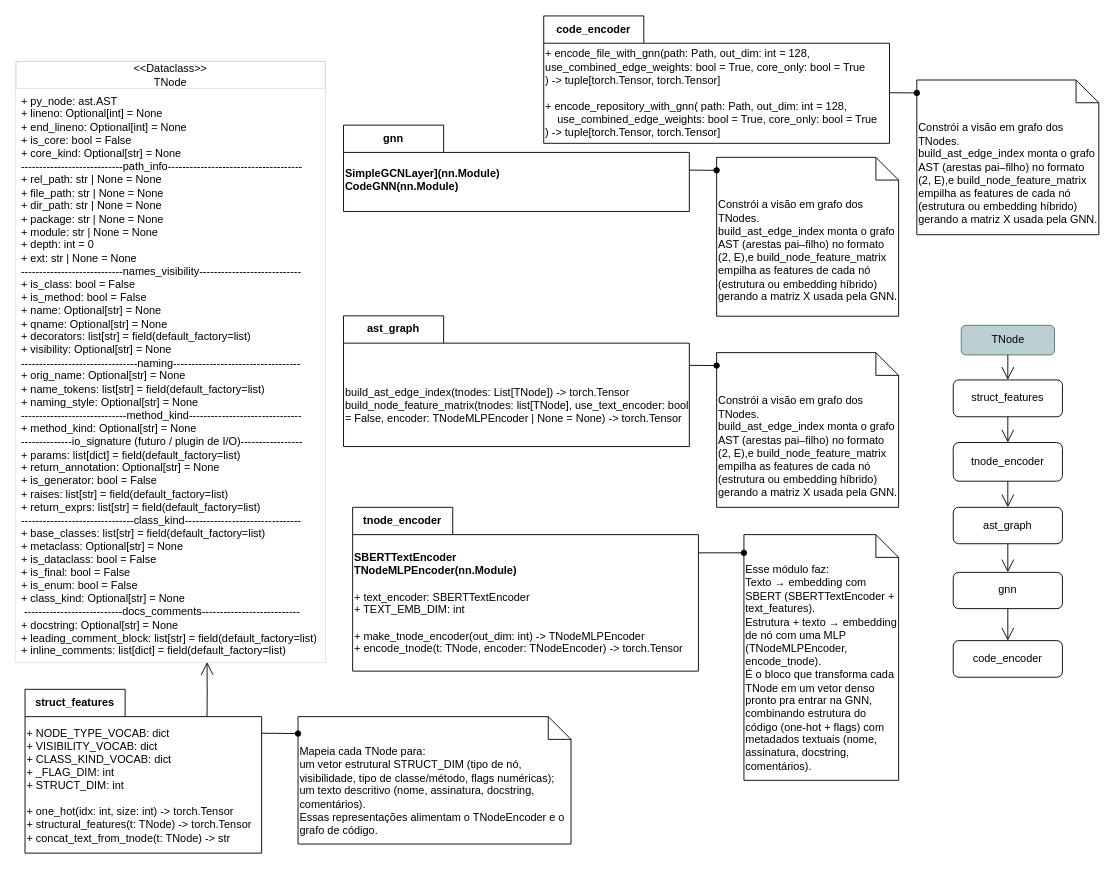
The draw.io diagram page "struct_features" (13 of 14) of drawio/AST_Model_Plugins.drawio in IsabelaYabe/TccLatex, before the edit. Source tidied: cells renumbered, new cells numbered last; positions are measured from the earlier drawing's top-left corner, leaving out a move shared by most shapes. Both pictures are drawn from the tidied source at 91%, with x=0, y=0 at pixel (15, 15).
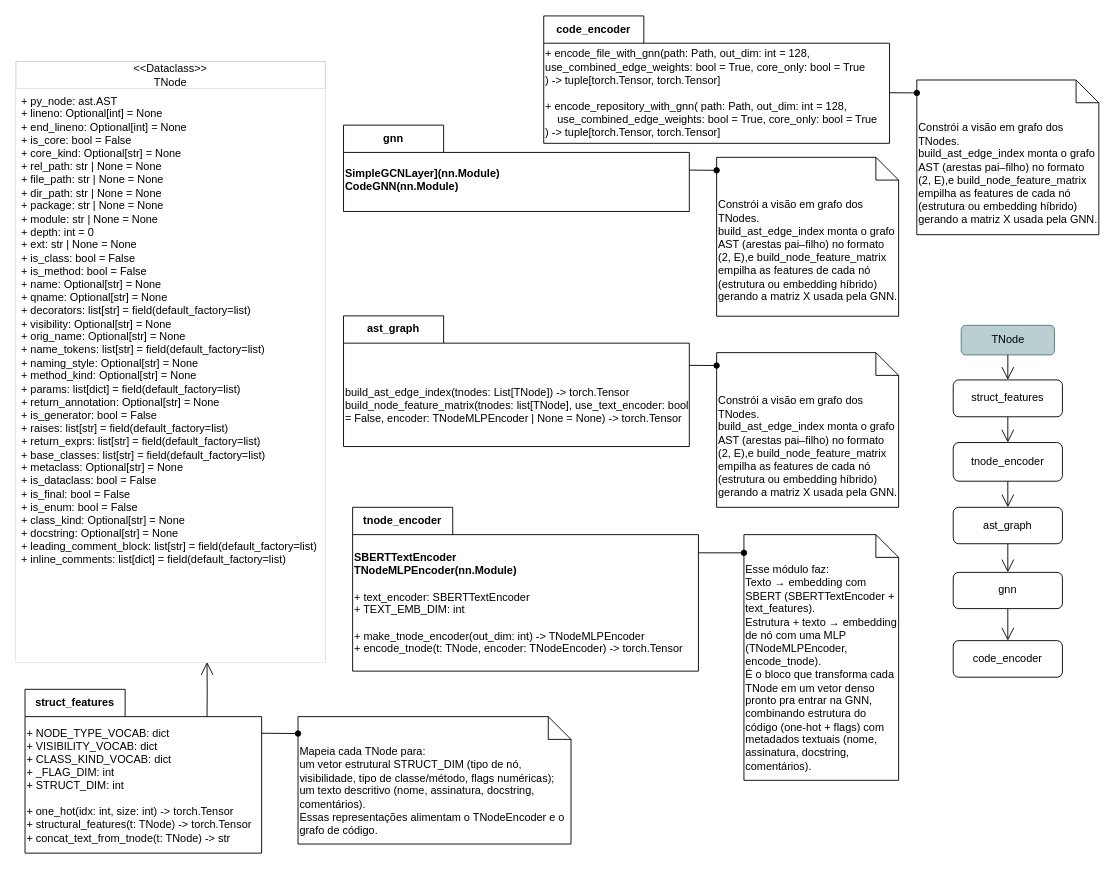
After the change.

The change refers to these unchanged cells:
```xml
<mxCell id="34" value="&lt;div&gt;&amp;lt;&amp;lt;Dataclass&amp;gt;&amp;gt;&lt;/div&gt;&lt;span style=&quot;text-align: left;&quot;&gt;TNode&lt;/span&gt;" style="swimlane;fontStyle=0;horizontal=1;startSize=30;whiteSpace=wrap;html=1;opacity=20;align=center;verticalAlign=middle;fontFamily=Helvetica;fontSize=12;fillColor=#FFFFFF;strokeColor=default;strokeWidth=1;" parent="1" vertex="1">
  <mxGeometry y="50" width="340" height="660" as="geometry" />
</mxCell>
```

What changed in the source:
```diff
@@
-    <mxCell id="35" value="&lt;div&gt;+ py_node: ast.AST&lt;/div&gt;&lt;div&gt;+ lineno: Optional[int] = None&lt;/div&gt;&lt;div&gt;+ end_lineno: Optional[int] = None&lt;/div&gt;&lt;div&gt;+&amp;nbsp;is_core: bool = False&lt;/div&gt;&lt;div&gt;+ core_kind: Optional[str] = None&lt;/div&gt;&lt;div&gt;----------------------------path_info-------------------------------------&lt;/div&gt;&lt;div&gt;+ rel_path: str | None = None&amp;nbsp; &amp;nbsp; &amp;nbsp; &amp;nbsp;&amp;nbsp;&lt;/div&gt;&lt;div&gt;+ file_path: str | None = None&amp;nbsp; &amp;nbsp; &amp;nbsp; &amp;nbsp;&lt;/div&gt;&lt;div&gt;+ dir_path: str | None = None&amp;nbsp; &amp;nbsp; &amp;nbsp; &amp;nbsp;&amp;nbsp;&lt;/div&gt;&lt;div&gt;+ package: str | None = None&amp;nbsp; &amp;nbsp; &amp;nbsp; &amp;nbsp; &amp;nbsp;&lt;/div&gt;&lt;div&gt;+ module: str | None = None&amp;nbsp; &amp;nbsp; &amp;nbsp; &amp;nbsp; &amp;nbsp;&amp;nbsp;&lt;/div&gt;&lt;div&gt;+ depth: int = 0&amp;nbsp; &amp;nbsp; &amp;nbsp; &amp;nbsp; &amp;nbsp; &amp;nbsp; &amp;nbsp; &amp;nbsp; &amp;nbsp; &amp;nbsp; &amp;nbsp;&lt;/div&gt;&lt;div&gt;+ ext: str | None = None&amp;nbsp;&amp;nbsp;&lt;/div&gt;&lt;div&gt;----------------------------names_visibility----------------------------&lt;/div&gt;&lt;div&gt;+ is_class: bool = False&lt;/div&gt;&lt;div&gt;+ is_method: bool = False&lt;/div&gt;&lt;div&gt;+ name: Optional[str] = None&lt;/div&gt;&lt;div&gt;+ qname: Optional[str] = None&lt;/div&gt;&lt;div&gt;+ decorators: list[str] = field(default_factory=list)&lt;/div&gt;&lt;div&gt;+ visibility: Optional[str] = None&lt;/div&gt;&lt;div&gt;&lt;span style=&quot;background-color: transparent; color: light-dark(rgb(0, 0, 0), rgb(255, 255, 255));&quot;&gt;--------------------------------naming-----------------------------------&lt;/span&gt;&lt;/div&gt;&lt;div&gt;+ orig_name: Optional[str] = None&amp;nbsp;&lt;/div&gt;&lt;div&gt;+ name_tokens: list[str] = field(default_factory=list)&amp;nbsp;&lt;/div&gt;&lt;div&gt;+ naming_style: Optional[str] = None&amp;nbsp;&lt;/div&gt;&lt;div&gt;-----------------------------method_kind-------------------------------&lt;/div&gt;&lt;div&gt;+ method_kind: Optional[str] = None&amp;nbsp;&lt;/div&gt;&lt;div&gt;--------------io_signature (futuro / plugin de I/O)-----------------&lt;/div&gt;&lt;div&gt;+ params: list[dict] = field(default_factory=list)&amp;nbsp; &amp;nbsp; &amp;nbsp; &amp;nbsp;&amp;nbsp;&lt;/div&gt;&lt;div&gt;+ return_annotation: Optional[str] = None&amp;nbsp;&lt;/div&gt;&lt;div&gt;+ is_generator: bool = False&lt;/div&gt;&lt;div&gt;+ raises: list[str] = field(default_factory=list)&amp;nbsp;&lt;/div&gt;&lt;div&gt;+&amp;nbsp;return_exprs: list[str] = field(default_factory=list)&lt;/div&gt;&lt;div&gt;-------------------------------class_kind--------------------------------&lt;/div&gt;&lt;div&gt;+ base_classes: list[str] = field(default_factory=list)&lt;/div&gt;&lt;div&gt;+&amp;nbsp;metaclass: Optional[str] = None&lt;/div&gt;&lt;div&gt;+ is_dataclass: bool = False&lt;/div&gt;&lt;div&gt;+ is_final: bool = False&lt;/div&gt;&lt;div&gt;+ is_enum: bool = False&lt;/div&gt;&lt;div&gt;+ class_kind: Optional[str] = None&lt;/div&gt;&lt;div&gt;&amp;nbsp;---------------------------docs_comments---------------------------&lt;/div&gt;&lt;div&gt;+ docstring: Optional[str] = None&amp;nbsp;&lt;/div&gt;&lt;div&gt;+ leading_comment_block: list[str] = field(default_factory=list)&lt;/div&gt;&lt;div&gt;+ inline_comments: list[dict] = field(default_factory=list)&amp;nbsp;&lt;/div&gt;&lt;div&gt;&amp;nbsp; &amp;nbsp; &amp;nbsp;&lt;/div&gt;&lt;div&gt;&amp;nbsp; &amp;nbsp; &amp;nbsp; &amp;nbsp; &amp;nbsp; &amp;nbsp;&lt;/div&gt;" style="text;align=left;verticalAlign=top;spacingLeft=4;spacingRight=4;overflow=hidden;whiteSpace=wrap;html=1;fontFamily=Helvetica;fontSize=12;fillColor=default;" parent="34" vertex="1">
+    <mxCell id="35" value="&lt;div&gt;+ py_node: ast.AST&lt;/div&gt;&lt;div&gt;+ lineno: Optional[int] = None&lt;/div&gt;&lt;div&gt;+ end_lineno: Optional[int] = None&lt;/div&gt;&lt;div&gt;+&amp;nbsp;is_core: bool = False&lt;/div&gt;&lt;div&gt;+ core_kind: Optional[str] = None&lt;/div&gt;&lt;div&gt;&lt;span style=&quot;background-color: transparent; color: light-dark(rgb(0, 0, 0), rgb(255, 255, 255));&quot;&gt;+ rel_path: str | None = None&amp;nbsp; &amp;nbsp; &amp;nbsp; &amp;nbsp;&amp;nbsp;&lt;/span&gt;&lt;/div&gt;&lt;div&gt;+ file_path: str | None = None&amp;nbsp; &amp;nbsp; &amp;nbsp; &amp;nbsp;&lt;/div&gt;&lt;div&gt;+ dir_path: str | None = None&amp;nbsp; &amp;nbsp; &amp;nbsp; &amp;nbsp;&amp;nbsp;&lt;/div&gt;&lt;div&gt;+ package: str | None = None&amp;nbsp; &amp;nbsp; &amp;nbsp; &amp;nbsp; &amp;nbsp;&lt;/div&gt;&lt;div&gt;+ module: str | None = None&amp;nbsp; &amp;nbsp; &amp;nbsp; &amp;nbsp; &amp;nbsp;&amp;nbsp;&lt;/div&gt;&lt;div&gt;+ depth: int = 0&amp;nbsp; &amp;nbsp; &amp;nbsp; &amp;nbsp; &amp;nbsp; &amp;nbsp; &amp;nbsp; &amp;nbsp; &amp;nbsp; &amp;nbsp; &amp;nbsp;&lt;/div&gt;&lt;div&gt;+ ext: str | None = None&amp;nbsp;&amp;nbsp;&lt;/div&gt;&lt;div&gt;+ is_class: bool = False&lt;/div&gt;&lt;div&gt;+ is_method: bool = False&lt;/div&gt;&lt;div&gt;+ name: Optional[str] = None&lt;/div&gt;&lt;div&gt;+ qname: Optional[str] = None&lt;/div&gt;&lt;div&gt;+ decorators: list[str] = field(default_factory=list)&lt;/div&gt;&lt;div&gt;+ visibility: Optional[str] = None&lt;/div&gt;&lt;div&gt;&lt;span style=&quot;background-color: transparent; color: light-dark(rgb(0, 0, 0), rgb(255, 255, 255));&quot;&gt;+ orig_name: Optional[str] = None&amp;nbsp;&lt;/span&gt;&lt;/div&gt;&lt;div&gt;+ name_tokens: list[str] = field(default_factory=list)&amp;nbsp;&lt;/div&gt;&lt;div&gt;+ naming_style: Optional[str] = None&amp;nbsp;&lt;/div&gt;&lt;div&gt;&lt;span style=&quot;background-color: transparent; color: light-dark(rgb(0, 0, 0), rgb(255, 255, 255));&quot;&gt;+ method_kind: Optional[str] = None&amp;nbsp;&lt;/span&gt;&lt;/div&gt;&lt;div&gt;+ params: list[dict] = field(default_factory=list)&amp;nbsp; &amp;nbsp; &amp;nbsp; &amp;nbsp;&amp;nbsp;&lt;/div&gt;&lt;div&gt;+ return_annotation: Optional[str] = None&amp;nbsp;&lt;/div&gt;&lt;div&gt;+ is_generator: bool = False&lt;/div&gt;&lt;div&gt;+ raises: list[str] = field(default_factory=list)&amp;nbsp;&lt;/div&gt;&lt;div&gt;+&amp;nbsp;return_exprs: list[str] = field(default_factory=list)&lt;/div&gt;&lt;div&gt;+ base_classes: list[str] = field(default_factory=list)&lt;/div&gt;&lt;div&gt;+&amp;nbsp;metaclass: Optional[str] = None&lt;/div&gt;&lt;div&gt;+ is_dataclass: bool = False&lt;/div&gt;&lt;div&gt;+ is_final: bool = False&lt;/div&gt;&lt;div&gt;+ is_enum: bool = False&lt;/div&gt;&lt;div&gt;+ class_kind: Optional[str] = None&lt;/div&gt;&lt;div&gt;+ docstring: Optional[str] = None&amp;nbsp;&lt;/div&gt;&lt;div&gt;+ leading_comment_block: list[str] = field(default_factory=list)&lt;/div&gt;&lt;div&gt;+ inline_comments: list[dict] = field(default_factory=list)&amp;nbsp;&lt;/div&gt;&lt;div&gt;&amp;nbsp; &amp;nbsp; &amp;nbsp;&lt;/div&gt;&lt;div&gt;&amp;nbsp; &amp;nbsp; &amp;nbsp; &amp;nbsp; &amp;nbsp; &amp;nbsp;&lt;/div&gt;" style="text;align=left;verticalAlign=top;spacingLeft=4;spacingRight=4;overflow=hidden;whiteSpace=wrap;html=1;fontFamily=Helvetica;fontSize=12;fillColor=default;" parent="34" vertex="1">
       <mxGeometry y="30" width="340" height="630" as="geometry" />
     </mxCell>
```
